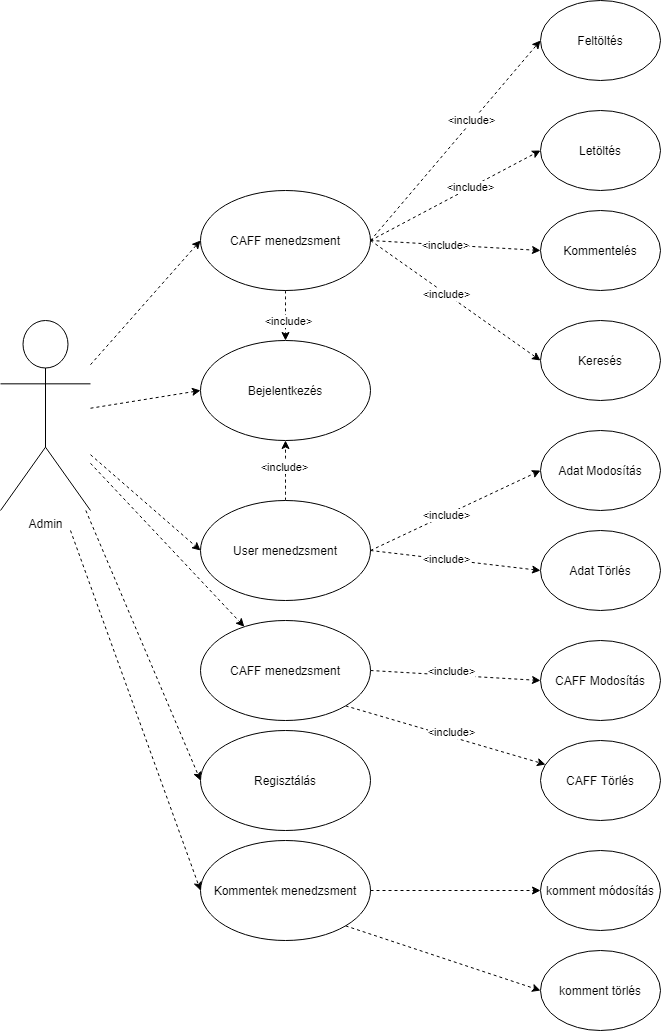
This is plans/UseCaseAdmin.drawio.png from zuper1998/SzamBiztHF, a draw.io export, as it was before one commit. Source tidied: cells renumbered, new cells last; positions are measured from the earlier drawing's top-left corner, leaving out a move shared by most shapes.
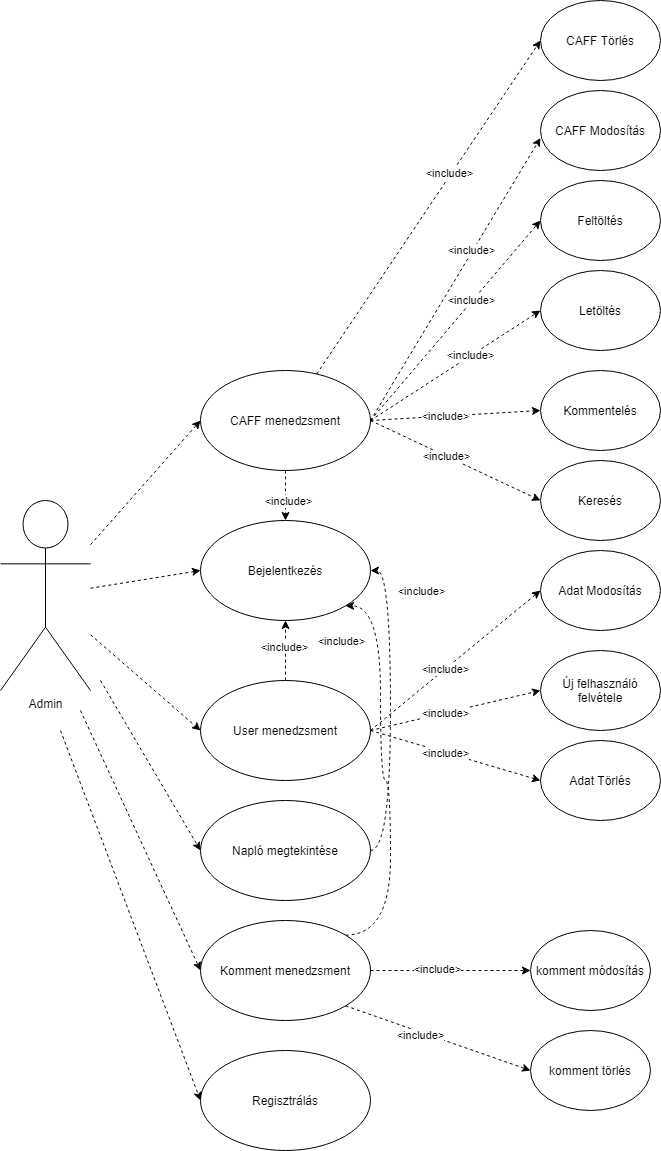
The same diagram one commit later.

Change to the diagram source:
```diff
@@ -36,22 +36,24 @@
       <mxGeometry x="540" width="120" height="80" as="geometry" />
     </mxCell>
     <mxCell id="13" value="Letöltés" style="ellipse;whiteSpace=wrap;html=1;" parent="1" vertex="1">
-      <mxGeometry x="540" y="110" width="120" height="80" as="geometry" />
+      <mxGeometry x="540" y="90" width="120" height="80" as="geometry" />
     </mxCell>
     <mxCell id="14" value="Kommentelés" style="ellipse;whiteSpace=wrap;html=1;" parent="1" vertex="1">
-      <mxGeometry x="540" y="210" width="120" height="80" as="geometry" />
+      <mxGeometry x="540" y="190" width="120" height="80" as="geometry" />
     </mxCell>
     <mxCell id="15" style="rounded=0;jettySize=auto;html=1;entryX=0;entryY=0.5;entryDx=0;entryDy=0;dashed=1;startArrow=none;startFill=0;" parent="1" edge="1" source="2" target="11">
       <mxGeometry relative="1" as="geometry" />
     </mxCell>
-    <mxCell id="16" value="Regisztálás" style="ellipse;whiteSpace=wrap;html=1;" parent="1" vertex="1">
-      <mxGeometry x="200" y="730" width="170" height="100" as="geometry" />
+    <mxCell id="16" value="Regisztrálás" style="ellipse;whiteSpace=wrap;html=1;" parent="1" vertex="1">
+      <mxGeometry x="200" y="870" width="170" height="100" as="geometry" />
     </mxCell>
-    <mxCell id="17" style="rounded=0;jettySize=auto;html=1;entryX=0;entryY=0.5;entryDx=0;entryDy=0;dashed=1;startArrow=none;startFill=0;" parent="1" edge="1" source="2" target="16">
-      <mxGeometry relative="1" as="geometry" />
+    <mxCell id="17" style="rounded=0;jettySize=auto;html=1;entryX=0;entryY=0.5;entryDx=0;entryDy=0;dashed=1;startArrow=none;startFill=0;" parent="1" edge="1" target="16">
+      <mxGeometry relative="1" as="geometry">
+        <mxPoint x="60" y="550" as="sourcePoint" />
+      </mxGeometry>
     </mxCell>
     <mxCell id="18" value="Keresés" style="ellipse;whiteSpace=wrap;html=1;" parent="1" vertex="1">
-      <mxGeometry x="540" y="320" width="120" height="80" as="geometry" />
+      <mxGeometry x="540" y="280" width="120" height="80" as="geometry" />
     </mxCell>
     <mxCell id="19" style="rounded=0;jettySize=auto;html=1;exitX=1;exitY=0.5;exitDx=0;exitDy=0;entryX=0;entryY=0.5;entryDx=0;entryDy=0;dashed=1;" parent="1" edge="1" source="11" target="18">
       <mxGeometry relative="1" as="geometry" />
@@ -80,7 +82,7 @@
       <mxGeometry relative="1" as="geometry" />
     </mxCell>
     <mxCell id="27" value="Adat Modosítás" style="ellipse;whiteSpace=wrap;html=1;" parent="1" vertex="1">
-      <mxGeometry x="540" y="430" width="120" height="80" as="geometry" />
+      <mxGeometry x="540" y="370" width="120" height="80" as="geometry" />
     </mxCell>
     <mxCell id="28" style="rounded=0;jettySize=auto;html=1;exitX=1;exitY=0.5;exitDx=0;exitDy=0;entryX=0;entryY=0.5;entryDx=0;entryDy=0;dashed=1;" parent="1" edge="1" source="25" target="27">
       <mxGeometry relative="1" as="geometry" />
@@ -89,7 +91,7 @@
       <mxGeometry x="-0.12" relative="1" as="geometry" />
     </mxCell>
     <mxCell id="30" value="Adat Törlés" style="ellipse;whiteSpace=wrap;html=1;" parent="1" vertex="1">
-      <mxGeometry x="540" y="530" width="120" height="80" as="geometry" />
+      <mxGeometry x="540" y="560" width="120" height="80" as="geometry" />
     </mxCell>
     <mxCell id="31" style="rounded=0;jettySize=auto;html=1;exitX=1;exitY=0.5;exitDx=0;exitDy=0;entryX=0;entryY=0.5;entryDx=0;entryDy=0;dashed=1;" parent="1" edge="1" source="25" target="30">
       <mxGeometry relative="1" as="geometry" />
@@ -97,56 +99,89 @@
     <mxCell id="32" value="&amp;lt;include&amp;gt;" style="edgeLabel;html=1;align=center;verticalAlign=middle;" parent="31" vertex="1">
       <mxGeometry x="-0.12" relative="1" as="geometry" />
     </mxCell>
-    <mxCell id="33" style="rounded=0;jettySize=auto;html=1;dashed=1;" parent="1" edge="1" source="2" target="37">
-      <mxGeometry relative="1" as="geometry" />
-    </mxCell>
-    <mxCell id="34" style="edgeStyle=none;rounded=0;jettySize=auto;html=1;exitX=1;exitY=0.5;exitDx=0;exitDy=0;entryX=0;entryY=0.5;entryDx=0;entryDy=0;dashed=1;" parent="1" edge="1" source="37" target="39">
-      <mxGeometry relative="1" as="geometry" />
-    </mxCell>
-    <mxCell id="35" value="&lt;span style=&quot;color: rgba(0 , 0 , 0 , 0) ; font-family: monospace ; font-size: 0px ; background-color: rgb(248 , 249 , 250)&quot;&gt;%3CmxGraphModel%3E%3Croot%3E%3CmxCell%20id%3D%220%22%2F%3E%3CmxCell%20id%3D%221%22%20parent%3D%220%22%2F%3E%3CmxCell%20id%3D%222%22%20style%3D%22rounded%3D0%3BorthogonalLoop%3D1%3BjettySize%3Dauto%3Bhtml%3D1%3BexitX%3D1%3BexitY%3D0.5%3BexitDx%3D0%3BexitDy%3D0%3BentryX%3D0%3BentryY%3D0.5%3BentryDx%3D0%3BentryDy%3D0%3Bdashed%3D1%3B%22%20edge%3D%221%22%20parent%3D%221%22%3E%3CmxGeometry%20relative%3D%221%22%20as%3D%22geometry%22%3E%3CmxPoint%20x%3D%22440%22%20y%3D%22450%22%20as%3D%22sourcePoint%22%2F%3E%3CmxPoint%20x%3D%22610%22%20y%3D%22470%22%20as%3D%22targetPoint%22%2F%3E%3C%2FmxGeometry%3E%3C%2FmxCell%3E%3CmxCell%20id%3D%223%22%20value%3D%22%26amp%3Blt%3Binclude%26amp%3Bgt%3B%22%20style%3D%22edgeLabel%3Bhtml%3D1%3Balign%3Dcenter%3BverticalAlign%3Dmiddle%3Bresizable%3D0%3Bpoints%3D%5B%5D%3B%22%20vertex%3D%221%22%20connectable%3D%220%22%20parent%3D%222%22%3E%3CmxGeometry%20x%3D%22-0.1152%22%20relative%3D%221%22%20as%3D%22geometry%22%3E%3CmxPoint%20as%3D%22offset%22%2F%3E%3C%2FmxGeometry%3E%3C%2FmxCell%3E%3C%2Froot%3E%3C%2FmxGraphModel%3E&lt;/span&gt;" style="edgeLabel;html=1;align=center;verticalAlign=middle;" parent="34" vertex="1">
-      <mxGeometry x="-0.16" y="-3" relative="1" as="geometry" />
-    </mxCell>
-    <mxCell id="36" style="edgeStyle=none;rounded=0;jettySize=auto;html=1;exitX=1;exitY=1;exitDx=0;exitDy=0;dashed=1;" parent="1" edge="1" source="37" target="38">
-      <mxGeometry relative="1" as="geometry" />
-    </mxCell>
-    <mxCell id="37" value="CAFF menedzsment" style="ellipse;whiteSpace=wrap;html=1;" parent="1" vertex="1">
-      <mxGeometry x="200" y="620" width="170" height="100" as="geometry" />
-    </mxCell>
-    <mxCell id="38" value="CAFF Törlés" style="ellipse;whiteSpace=wrap;html=1;" parent="1" vertex="1">
-      <mxGeometry x="540" y="740" width="120" height="80" as="geometry" />
-    </mxCell>
-    <mxCell id="39" value="CAFF Modosítás" style="ellipse;whiteSpace=wrap;html=1;" parent="1" vertex="1">
-      <mxGeometry x="540" y="640" width="120" height="80" as="geometry" />
-    </mxCell>
-    <mxCell id="40" value="&amp;lt;include&amp;gt;" style="edgeLabel;html=1;align=center;verticalAlign=middle;" parent="1" vertex="1">
-      <mxGeometry x="455.5" y="568.9" as="geometry">
-        <mxPoint x="-5" y="102" as="offset" />
-      </mxGeometry>
-    </mxCell>
-    <mxCell id="41" value="&amp;lt;include&amp;gt;" style="edgeLabel;html=1;align=center;verticalAlign=middle;" parent="1" vertex="1">
-      <mxGeometry x="455.5" y="630" as="geometry">
-        <mxPoint x="-5" y="102" as="offset" />
-      </mxGeometry>
-    </mxCell>
-    <mxCell id="42" value="Kommentek menedzsment" style="ellipse;whiteSpace=wrap;html=1;" parent="1" vertex="1">
-      <mxGeometry x="200" y="840" width="170" height="100" as="geometry" />
+    <mxCell id="42" value="Komment menedzsment" style="ellipse;whiteSpace=wrap;html=1;" parent="1" vertex="1">
+      <mxGeometry x="200" y="740" width="170" height="100" as="geometry" />
     </mxCell>
     <mxCell id="43" style="rounded=0;jettySize=auto;html=1;entryX=0;entryY=0.5;entryDx=0;entryDy=0;dashed=1;startArrow=none;startFill=0;" parent="1" edge="1" target="42">
       <mxGeometry relative="1" as="geometry">
-        <mxPoint x="70" y="530" as="sourcePoint" />
+        <mxPoint x="80" y="530" as="sourcePoint" />
       </mxGeometry>
     </mxCell>
     <mxCell id="44" value="komment módosítás" style="ellipse;whiteSpace=wrap;html=1;" parent="1" vertex="1">
-      <mxGeometry x="540" y="850" width="120" height="80" as="geometry" />
+      <mxGeometry x="530" y="750" width="120" height="80" as="geometry" />
     </mxCell>
     <mxCell id="45" value="komment törlés" style="ellipse;whiteSpace=wrap;html=1;" parent="1" vertex="1">
-      <mxGeometry x="540" y="950" width="120" height="80" as="geometry" />
+      <mxGeometry x="530" y="850" width="120" height="80" as="geometry" />
     </mxCell>
     <mxCell id="46" style="edgeStyle=none;rounded=0;jettySize=auto;html=1;exitX=1;exitY=0.5;exitDx=0;exitDy=0;dashed=1;entryX=0;entryY=0.5;entryDx=0;entryDy=0;" parent="1" edge="1" source="42" target="44">
       <mxGeometry relative="1" as="geometry" />
     </mxCell>
+    <mxCell id="48" value="&amp;lt;include&amp;gt;" style="edgeLabel;html=1;align=center;verticalAlign=middle;" parent="46" vertex="1">
+      <mxGeometry x="-0.18" y="2" relative="1" as="geometry" />
+    </mxCell>
     <mxCell id="47" style="edgeStyle=none;rounded=0;jettySize=auto;html=1;exitX=1;exitY=1;exitDx=0;exitDy=0;dashed=1;entryX=0;entryY=0.5;entryDx=0;entryDy=0;" parent="1" edge="1" source="42" target="45">
       <mxGeometry relative="1" as="geometry" />
     </mxCell>
+    <mxCell id="49" value="&amp;lt;include&amp;gt;" style="edgeLabel;html=1;align=center;verticalAlign=middle;" parent="47" vertex="1">
+      <mxGeometry x="-0.18" y="-3" relative="1" as="geometry" />
+    </mxCell>
+    <mxCell id="50" value="Új felhasználó felvétele" style="ellipse;whiteSpace=wrap;html=1;" parent="1" vertex="1">
+      <mxGeometry x="540" y="470" width="120" height="80" as="geometry" />
+    </mxCell>
+    <mxCell id="51" style="rounded=0;jettySize=auto;html=1;exitX=1;exitY=0.5;exitDx=0;exitDy=0;entryX=0;entryY=0.5;entryDx=0;entryDy=0;dashed=1;" parent="1" edge="1" source="25" target="50">
+      <mxGeometry relative="1" as="geometry" />
+    </mxCell>
+    <mxCell id="52" value="&amp;lt;include&amp;gt;" style="edgeLabel;html=1;align=center;verticalAlign=middle;" parent="51" vertex="1">
+      <mxGeometry x="-0.12" relative="1" as="geometry" />
+    </mxCell>
+    <mxCell id="53" style="rounded=0;jettySize=auto;html=1;dashed=1;startArrow=none;startFill=0;entryX=0;entryY=0.5;entryDx=0;entryDy=0;" parent="1" edge="1" target="54">
+      <mxGeometry relative="1" as="geometry">
+        <mxPoint x="100" y="500" as="sourcePoint" />
+      </mxGeometry>
+    </mxCell>
+    <mxCell id="54" value="Napló megtekintése" style="ellipse;whiteSpace=wrap;html=1;" parent="1" vertex="1">
+      <mxGeometry x="200" y="620" width="170" height="100" as="geometry" />
+    </mxCell>
+    <mxCell id="39" value="CAFF Modosítás" style="ellipse;whiteSpace=wrap;html=1;" parent="1" vertex="1">
+      <mxGeometry x="540" y="-90" width="120" height="80" as="geometry" />
+    </mxCell>
+    <mxCell id="38" value="CAFF Törlés" style="ellipse;whiteSpace=wrap;html=1;" parent="1" vertex="1">
+      <mxGeometry x="540" y="-180" width="120" height="80" as="geometry" />
+    </mxCell>
+    <mxCell id="55" style="edgeStyle=orthogonalEdgeStyle;rounded=0;jettySize=auto;html=1;exitX=1;exitY=0.5;exitDx=0;exitDy=0;entryX=1;entryY=0.5;entryDx=0;entryDy=0;dashed=1;curved=1;" parent="1" edge="1" source="54" target="4">
+      <mxGeometry relative="1" as="geometry" />
+    </mxCell>
+    <mxCell id="56" value="&amp;lt;include&amp;gt;" style="edgeLabel;html=1;align=center;verticalAlign=middle;" parent="55" vertex="1">
+      <mxGeometry x="0.37" y="2" relative="1" as="geometry">
+        <mxPoint x="32" y="-60" as="offset" />
+      </mxGeometry>
+    </mxCell>
+    <mxCell id="57" style="rounded=0;jettySize=auto;html=1;exitX=1;exitY=0.5;exitDx=0;exitDy=0;entryX=0;entryY=0.593;entryDx=0;entryDy=0;dashed=1;entryPerimeter=0;" parent="1" edge="1" source="11" target="39">
+      <mxGeometry relative="1" as="geometry" />
+    </mxCell>
+    <mxCell id="58" value="&amp;lt;include&amp;gt;" style="edgeLabel;html=1;align=center;verticalAlign=middle;" parent="57" vertex="1">
+      <mxGeometry x="0.2" y="2" relative="1" as="geometry" />
+    </mxCell>
+    <mxCell id="59" style="rounded=0;jettySize=auto;html=1;entryX=0;entryY=0.5;entryDx=0;entryDy=0;dashed=1;" parent="1" edge="1" source="11" target="38">
+      <mxGeometry relative="1" as="geometry" />
+    </mxCell>
+    <mxCell id="60" value="&amp;lt;include&amp;gt;" style="edgeLabel;html=1;align=center;verticalAlign=middle;" parent="59" vertex="1">
+      <mxGeometry x="0.2" y="2" relative="1" as="geometry" />
+    </mxCell>
+    <mxCell id="61" style="edgeStyle=orthogonalEdgeStyle;rounded=0;jettySize=auto;html=1;exitX=1;exitY=0;exitDx=0;exitDy=0;entryX=1;entryY=1;entryDx=0;entryDy=0;dashed=1;curved=1;" parent="1" edge="1" source="42" target="4">
+      <mxGeometry relative="1" as="geometry">
+        <Array as="points">
+          <mxPoint x="390" y="755" />
+          <mxPoint x="390" y="600" />
+          <mxPoint x="380" y="600" />
+          <mxPoint x="380" y="425" />
+        </Array>
+      </mxGeometry>
+    </mxCell>
+    <mxCell id="62" value="&amp;lt;include&amp;gt;" style="edgeLabel;html=1;align=center;verticalAlign=middle;" parent="61" vertex="1">
+      <mxGeometry x="0.37" y="2" relative="1" as="geometry">
+        <mxPoint x="-38" y="-62" as="offset" />
+      </mxGeometry>
+    </mxCell>
   </root>
 </mxGraphModel>
```
